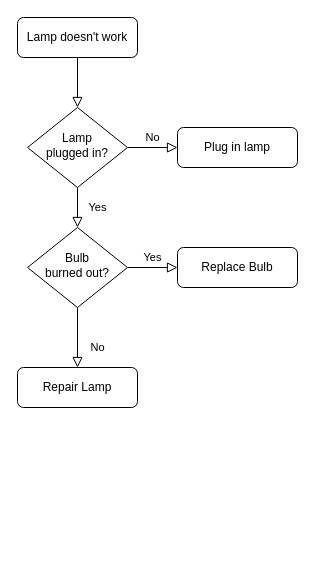
The draw.io diagram backendapi/Diagrama sin título.drawio in renex10/divermindapirest, before the edit. Source tidied: cells renumbered, new cells numbered last; positions are measured from the earlier drawing's top-left corner, leaving out a move shared by most shapes. Both pictures are drawn from the tidied source at 100%, with x=0, y=0 at pixel (17, 17).
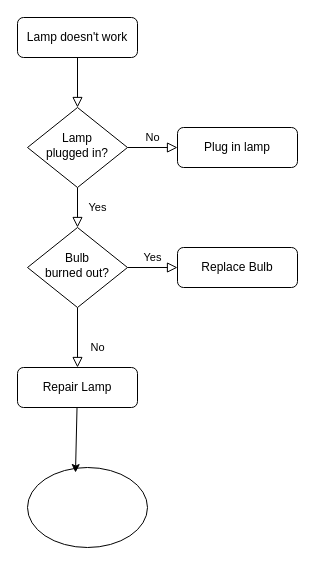
The same diagram, later.

What changed in the source:
```diff
@@
 <mxGraphModel>
   <root>
     <mxCell id="0" />
     <mxCell id="1" parent="0" />
     <mxCell id="2" style="rounded=0;html=1;jettySize=auto;fontSize=11;endArrow=block;endFill=0;endSize=8;strokeWidth=1;shadow=0;labelBackgroundColor=none;edgeStyle=orthogonalEdgeStyle;" parent="1" edge="1" source="3" target="6">
       <mxGeometry relative="1" as="geometry" />
     </mxCell>
     <mxCell id="3" value="Lamp doesn't work" style="rounded=1;whiteSpace=wrap;html=1;fontSize=12;glass=0;strokeWidth=1;shadow=0;" parent="1" vertex="1">
       <mxGeometry width="120" height="40" as="geometry" />
     </mxCell>
     <mxCell id="4" value="Yes" style="rounded=0;html=1;jettySize=auto;fontSize=11;endArrow=block;endFill=0;endSize=8;strokeWidth=1;shadow=0;labelBackgroundColor=none;edgeStyle=orthogonalEdgeStyle;" parent="1" edge="1" source="6" target="10">
       <mxGeometry y="20" relative="1" as="geometry" />
     </mxCell>
     <mxCell id="5" value="No" style="edgeStyle=orthogonalEdgeStyle;rounded=0;html=1;jettySize=auto;fontSize=11;endArrow=block;endFill=0;endSize=8;strokeWidth=1;shadow=0;labelBackgroundColor=none;" parent="1" edge="1" source="6" target="7">
       <mxGeometry y="10" relative="1" as="geometry" />
     </mxCell>
     <mxCell id="6" value="Lamp&lt;br&gt;plugged in?" style="rhombus;whiteSpace=wrap;html=1;shadow=0;fontFamily=Helvetica;fontSize=12;align=center;strokeWidth=1;spacing=6;spacingTop=-4;" parent="1" vertex="1">
       <mxGeometry x="10" y="90" width="100" height="80" as="geometry" />
     </mxCell>
     <mxCell id="7" value="Plug in lamp" style="rounded=1;whiteSpace=wrap;html=1;fontSize=12;glass=0;strokeWidth=1;shadow=0;" parent="1" vertex="1">
       <mxGeometry x="160" y="110" width="120" height="40" as="geometry" />
     </mxCell>
     <mxCell id="8" value="No" style="rounded=0;html=1;jettySize=auto;fontSize=11;endArrow=block;endFill=0;endSize=8;strokeWidth=1;shadow=0;labelBackgroundColor=none;edgeStyle=orthogonalEdgeStyle;" parent="1" edge="1" source="10" target="11">
       <mxGeometry x="0.33" y="20" relative="1" as="geometry" />
     </mxCell>
     <mxCell id="9" value="Yes" style="edgeStyle=orthogonalEdgeStyle;rounded=0;html=1;jettySize=auto;fontSize=11;endArrow=block;endFill=0;endSize=8;strokeWidth=1;shadow=0;labelBackgroundColor=none;" parent="1" edge="1" source="10" target="12">
       <mxGeometry y="10" relative="1" as="geometry" />
     </mxCell>
     <mxCell id="10" value="Bulb&lt;br&gt;burned out?" style="rhombus;whiteSpace=wrap;html=1;shadow=0;fontFamily=Helvetica;fontSize=12;align=center;strokeWidth=1;spacing=6;spacingTop=-4;" parent="1" vertex="1">
       <mxGeometry x="10" y="210" width="100" height="80" as="geometry" />
     </mxCell>
     <mxCell id="11" value="Repair Lamp" style="rounded=1;whiteSpace=wrap;html=1;fontSize=12;glass=0;strokeWidth=1;shadow=0;" parent="1" vertex="1">
       <mxGeometry y="350" width="120" height="40" as="geometry" />
     </mxCell>
     <mxCell id="12" value="Replace Bulb" style="rounded=1;whiteSpace=wrap;html=1;fontSize=12;glass=0;strokeWidth=1;shadow=0;" parent="1" vertex="1">
       <mxGeometry x="160" y="230" width="120" height="40" as="geometry" />
     </mxCell>
+    <mxCell id="13" style="ellipse;whiteSpace=wrap;html=1;" parent="1" vertex="1">
+      <mxGeometry x="10" y="450" width="120" height="80" as="geometry" />
+    </mxCell>
+    <mxCell id="14" style="endArrow=classic;html=1;rounded=0;entryX=0.4;entryY=0.063;entryDx=0;entryDy=0;entryPerimeter=0;" parent="1" edge="1" source="11" target="13">
+      <mxGeometry relative="1" as="geometry" />
+    </mxCell>
   </root>
 </mxGraphModel>
```
